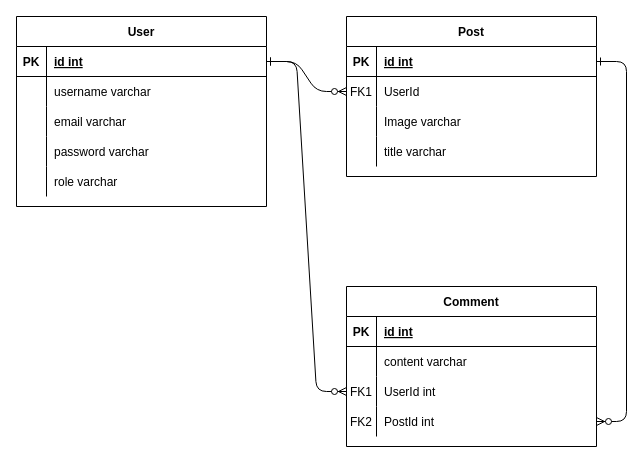
Earlier version of the draw.io diagram erd.drawio (jonathaanharris/photopedia). Source tidied: cells renumbered, new cells numbered last; positions are measured from the earlier drawing's top-left corner, leaving out a move shared by most shapes. Both pictures are drawn from the tidied source at 100%, with x=0, y=0 at pixel (16, 16).
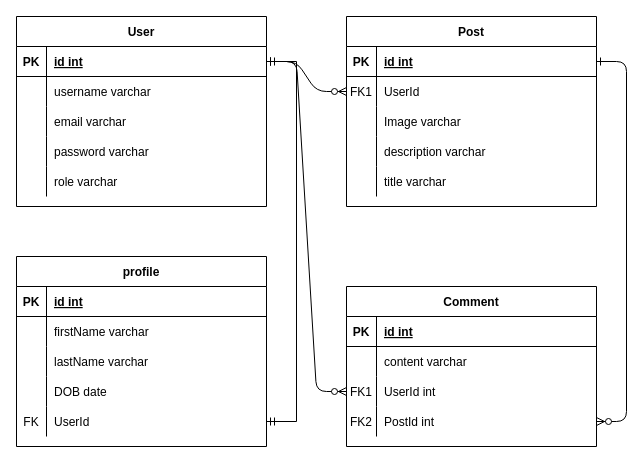
Above is the later version.

The change refers to these unchanged cells:
```xml
<mxCell id="31" style="shape=partialRectangle;fillColor=none;points=[[0,0.5],[1,0.5]];portConstraint=eastwest;top=0;left=0;right=0;bottom=1;" parent="30" vertex="1">
  <mxGeometry y="30" width="250" height="30" as="geometry" />
</mxCell>
```

What changed in the source:
```diff
@@
     <mxCell id="4" value="Post" style="shape=table;startSize=30;childLayout=tableLayout;rowLines=0;fontStyle=1;align=center;" parent="1" vertex="1">
-      <mxGeometry x="330" width="250" height="160" as="geometry" />
+      <mxGeometry x="330" width="250" height="190" as="geometry" />
     </mxCell>
@@
+    <mxCell id="47" style="shape=partialRectangle;fillColor=none;top=0;left=0;right=0;bottom=0;" parent="4" vertex="1">
+      <mxGeometry y="120" width="250" height="30" as="geometry" />
+    </mxCell>
+    <mxCell id="48" style="shape=partialRectangle;overflow=hidden;fillColor=none;top=0;left=0;bottom=0;right=0;" parent="47" vertex="1">
+      <mxGeometry width="30" height="30" as="geometry" />
+    </mxCell>
+    <mxCell id="49" value="description varchar" style="shape=partialRectangle;overflow=hidden;fillColor=none;top=0;left=0;bottom=0;right=0;align=left;spacingLeft=6;" parent="47" vertex="1">
+      <mxGeometry x="30" width="220" height="30" as="geometry" />
+    </mxCell>
     <mxCell id="14" style="shape=partialRectangle;fillColor=none;top=0;left=0;right=0;bottom=0;" parent="4" vertex="1">
-      <mxGeometry y="120" width="250" height="30" as="geometry" />
+      <mxGeometry y="150" width="250" height="30" as="geometry" />
     </mxCell>
@@
+    <mxCell id="50" value="profile" style="shape=table;startSize=30;childLayout=tableLayout;rowLines=0;fontStyle=1;align=center;" parent="1" vertex="1">
+      <mxGeometry y="240" width="250" height="190" as="geometry" />
+    </mxCell>
+    <mxCell id="51" style="shape=partialRectangle;fillColor=none;top=0;left=0;right=0;bottom=1;" parent="50" vertex="1">
+      <mxGeometry y="30" width="250" height="30" as="geometry" />
+    </mxCell>
+    <mxCell id="52" value="PK" style="shape=partialRectangle;overflow=hidden;fillColor=none;top=0;left=0;bottom=0;right=0;fontStyle=1;" parent="51" vertex="1">
+      <mxGeometry width="30" height="30" as="geometry" />
+    </mxCell>
+    <mxCell id="53" value="id int" style="shape=partialRectangle;overflow=hidden;fillColor=none;top=0;left=0;bottom=0;right=0;align=left;spacingLeft=6;fontStyle=5;" parent="51" vertex="1">
+      <mxGeometry x="30" width="220" height="30" as="geometry" />
+    </mxCell>
+    <mxCell id="54" style="shape=partialRectangle;fillColor=none;top=0;left=0;right=0;bottom=0;" parent="50" vertex="1">
+      <mxGeometry y="60" width="250" height="30" as="geometry" />
+    </mxCell>
+    <mxCell id="55" style="shape=partialRectangle;overflow=hidden;fillColor=none;top=0;left=0;bottom=0;right=0;" parent="54" vertex="1">
+      <mxGeometry width="30" height="30" as="geometry" />
+    </mxCell>
+    <mxCell id="56" value="firstName varchar" style="shape=partialRectangle;overflow=hidden;fillColor=none;top=0;left=0;bottom=0;right=0;align=left;spacingLeft=6;" parent="54" vertex="1">
+      <mxGeometry x="30" width="220" height="30" as="geometry" />
+    </mxCell>
+    <mxCell id="57" style="shape=partialRectangle;fillColor=none;top=0;left=0;right=0;bottom=0;" parent="50" vertex="1">
+      <mxGeometry y="90" width="250" height="30" as="geometry" />
+    </mxCell>
+    <mxCell id="58" style="shape=partialRectangle;overflow=hidden;fillColor=none;top=0;left=0;bottom=0;right=0;" parent="57" vertex="1">
+      <mxGeometry width="30" height="30" as="geometry" />
+    </mxCell>
+    <mxCell id="59" value="lastName varchar" style="shape=partialRectangle;overflow=hidden;fillColor=none;top=0;left=0;bottom=0;right=0;align=left;spacingLeft=6;" parent="57" vertex="1">
+      <mxGeometry x="30" width="220" height="30" as="geometry" />
+    </mxCell>
+    <mxCell id="60" style="shape=partialRectangle;fillColor=none;top=0;left=0;right=0;bottom=0;" parent="50" vertex="1">
+      <mxGeometry y="120" width="250" height="30" as="geometry" />
+    </mxCell>
+    <mxCell id="61" style="shape=partialRectangle;overflow=hidden;fillColor=none;top=0;left=0;bottom=0;right=0;" parent="60" vertex="1">
+      <mxGeometry width="30" height="30" as="geometry" />
+    </mxCell>
+    <mxCell id="62" value="DOB date" style="shape=partialRectangle;overflow=hidden;fillColor=none;top=0;left=0;bottom=0;right=0;align=left;spacingLeft=6;" parent="60" vertex="1">
+      <mxGeometry x="30" width="220" height="30" as="geometry" />
+    </mxCell>
+    <mxCell id="63" style="shape=partialRectangle;fillColor=none;points=[[0,0.5],[1,0.5]];portConstraint=eastwest;top=0;left=0;right=0;bottom=0;" parent="50" vertex="1">
+      <mxGeometry y="150" width="250" height="30" as="geometry" />
+    </mxCell>
+    <mxCell id="64" value="FK" style="shape=partialRectangle;overflow=hidden;fillColor=none;top=0;left=0;bottom=0;right=0;" parent="63" vertex="1">
+      <mxGeometry width="30" height="30" as="geometry" />
+    </mxCell>
+    <mxCell id="65" value="UserId" style="shape=partialRectangle;overflow=hidden;fillColor=none;top=0;left=0;bottom=0;right=0;align=left;spacingLeft=6;" parent="63" vertex="1">
+      <mxGeometry x="30" width="220" height="30" as="geometry" />
+    </mxCell>
+    <mxCell id="66" style="edgeStyle=entityRelationEdgeStyle;fontSize=12;html=1;endArrow=ERmandOne;startArrow=ERmandOne;rounded=0;" parent="1" edge="1" source="63" target="31">
+      <mxGeometry relative="1" as="geometry" />
+    </mxCell>
```
